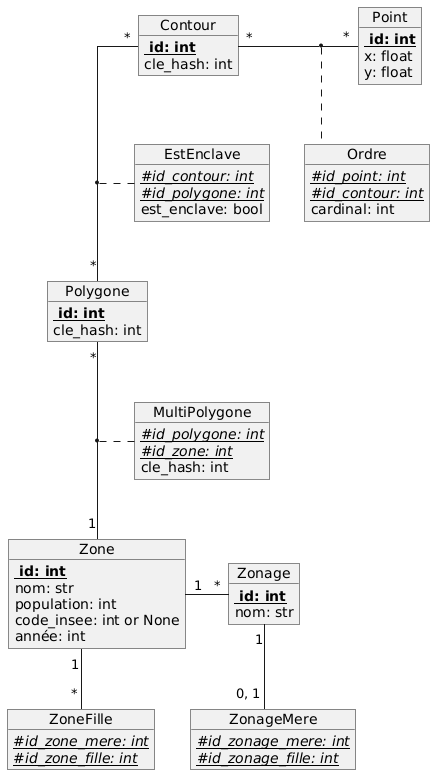
Earlier version of the PlantUML export doc/diagrammes/diagramme_entite_relation.png (antoni-guardia/ENSAI_ProjetInfo2A).
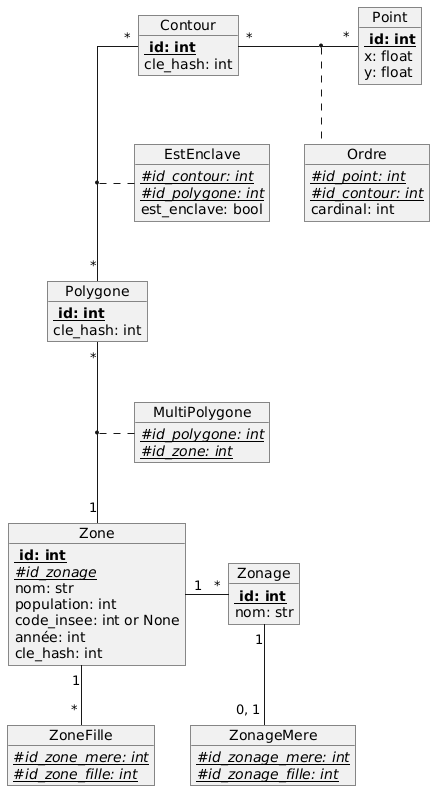
Above is the later version.

The edit, as a diff of the source:
```diff
@@ -10,17 +10,18 @@
 
 object Zone{
 <b> {Static} id: int
+{Static}//#id_zonage//
 nom: str
 population: int
 code_insee: int or None
 année: int
+cle_hash: int
 
 }
 
 object MultiPolygone{
 {Static}//#id_polygone: int//
 {Static}//#id_zone: int//
-cle_hash: int
 
 }
 
```
